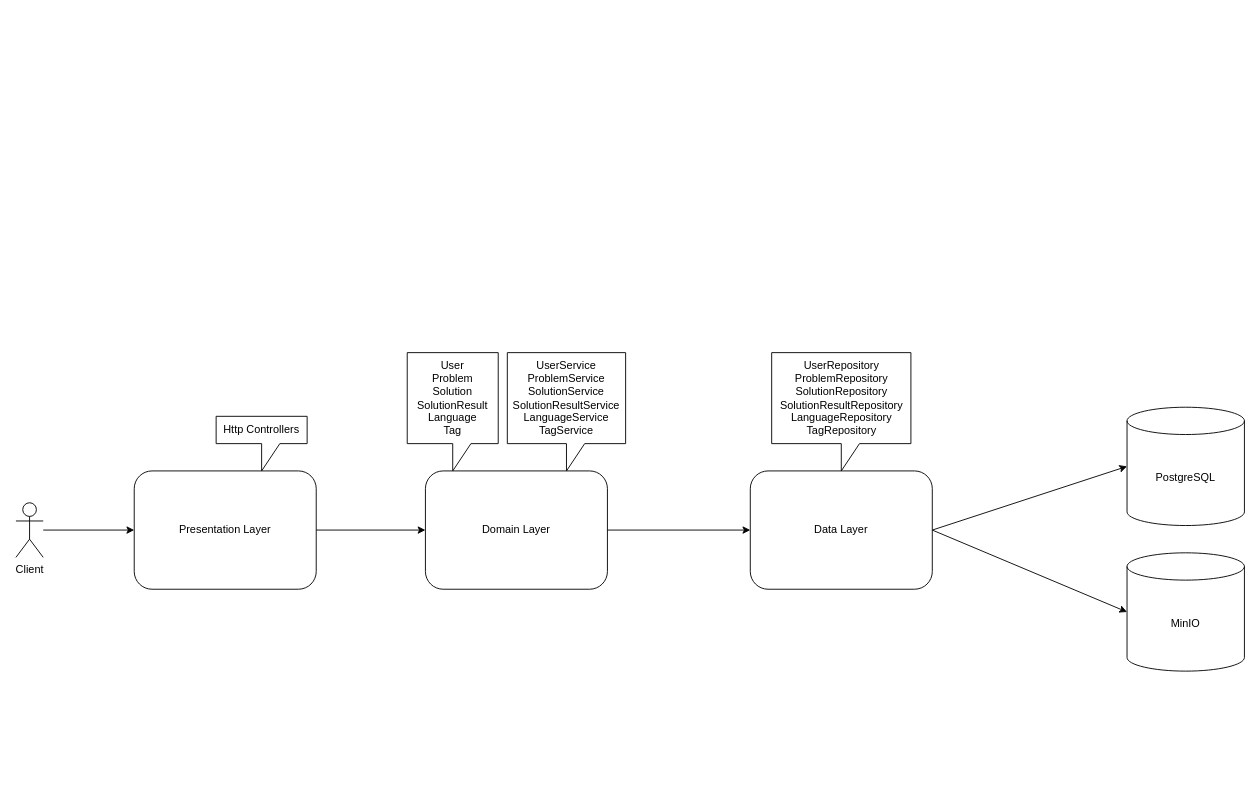
This is docs/system-design/app.drawio from kemper0110/supreme-code, a draw.io file, before an edit. Source tidied: cells renumbered, new cells numbered last; positions are measured from the earlier drawing's top-left corner, leaving out a move shared by most shapes. Both pictures are drawn from the tidied source at 91%, with x=0, y=0 at pixel (15, 352).
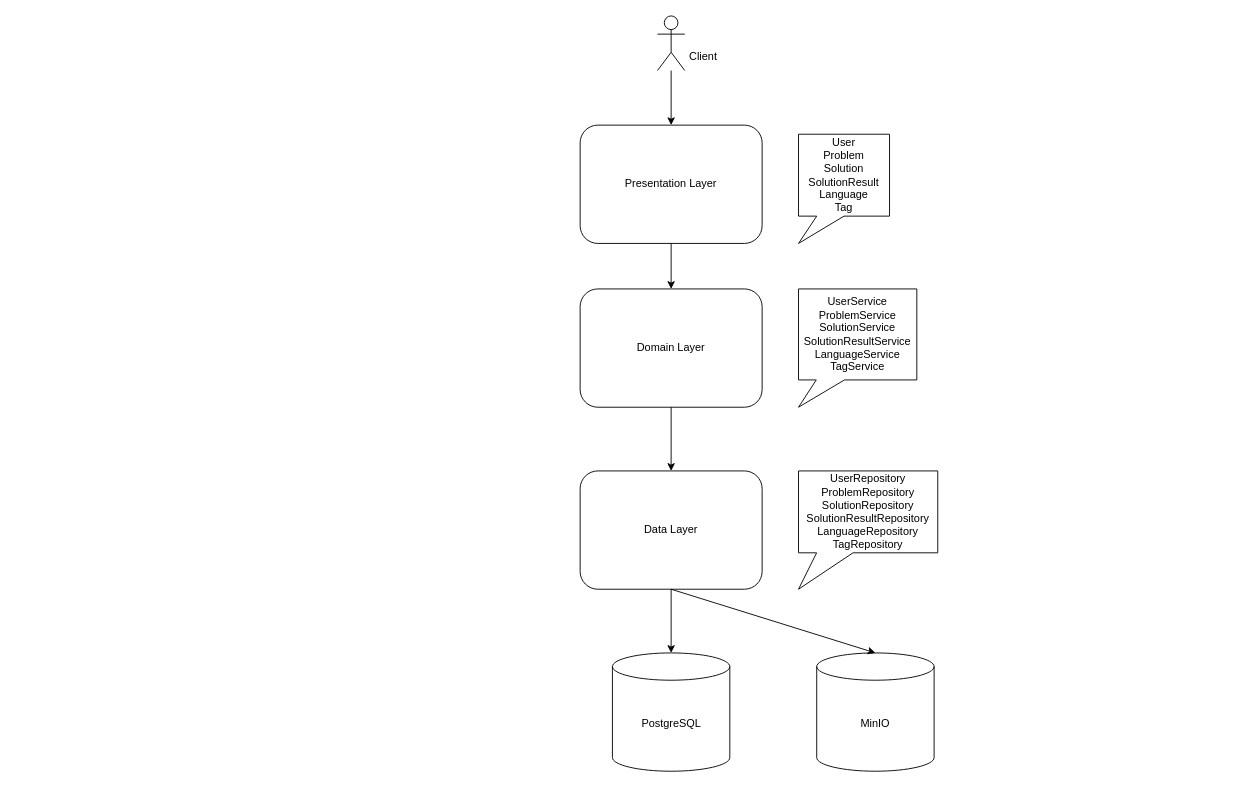
After the change.

Diff of the diagram source:
```diff
@@
 <mxGraphModel>
   <root>
     <mxCell id="0" />
     <mxCell id="1" parent="0" />
     <mxCell id="2" value="Presentation Layer" style="rounded=1;whiteSpace=wrap;html=1;" parent="1" vertex="1">
-      <mxGeometry x="130" y="130" width="200" height="130" as="geometry" />
+      <mxGeometry x="620" y="-250" width="200" height="130" as="geometry" />
     </mxCell>
-    <mxCell id="3" value="Http Controllers" style="shape=callout;whiteSpace=wrap;html=1;perimeter=calloutPerimeter;" parent="1" vertex="1">
-      <mxGeometry x="220" y="70" width="100" height="60" as="geometry" />
-    </mxCell>
-    <mxCell id="4" style="endArrow=classic;html=1;rounded=0;entryX=0;entryY=0.5;entryDx=0;entryDy=0;" parent="1" edge="1" target="2">
-      <mxGeometry relative="1" as="geometry">
-        <mxPoint x="30" y="195" as="sourcePoint" />
-      </mxGeometry>
+    <mxCell id="4" style="endArrow=classic;html=1;rounded=0;entryX=0.5;entryY=0;entryDx=0;entryDy=0;" parent="1" edge="1" source="10" target="2">
+      <mxGeometry relative="1" as="geometry" />
     </mxCell>
-    <mxCell id="5" style="endArrow=classic;html=1;rounded=0;exitX=1;exitY=0.5;exitDx=0;exitDy=0;entryX=0;entryY=0.5;entryDx=0;entryDy=0;" parent="1" edge="1" source="2" target="6">
+    <mxCell id="5" style="endArrow=classic;html=1;rounded=0;exitX=0.5;exitY=1;exitDx=0;exitDy=0;entryX=0.5;entryY=0;entryDx=0;entryDy=0;" parent="1" edge="1" source="2" target="6">
       <mxGeometry relative="1" as="geometry" />
     </mxCell>
     <mxCell id="6" value="Domain Layer" style="rounded=1;whiteSpace=wrap;html=1;" parent="1" vertex="1">
-      <mxGeometry x="450" y="130" width="200" height="130" as="geometry" />
+      <mxGeometry x="620" y="-70" width="200" height="130" as="geometry" />
     </mxCell>
-    <mxCell id="7" value="User&lt;br&gt;Problem&lt;br&gt;Solution&lt;br&gt;SolutionResult&lt;br&gt;Language&lt;br&gt;Tag" style="shape=callout;whiteSpace=wrap;html=1;perimeter=calloutPerimeter;" parent="1" vertex="1">
-      <mxGeometry x="430" width="100" height="130" as="geometry" />
+    <mxCell id="7" value="User&lt;br&gt;Problem&lt;br&gt;Solution&lt;br&gt;SolutionResult&lt;br&gt;Language&lt;br&gt;Tag" style="shape=callout;whiteSpace=wrap;html=1;perimeter=calloutPerimeter;position2=0;size=30;position=0.2;base=30;" parent="1" vertex="1">
+      <mxGeometry x="860" y="-240" width="100" height="120" as="geometry" />
     </mxCell>
-    <mxCell id="8" value="UserService&lt;br&gt;ProblemService&lt;br&gt;SolutionService&lt;br&gt;SolutionResultService&lt;br&gt;LanguageService&lt;br&gt;TagService" style="shape=callout;whiteSpace=wrap;html=1;perimeter=calloutPerimeter;" parent="1" vertex="1">
-      <mxGeometry x="540" width="130" height="130" as="geometry" />
+    <mxCell id="8" value="UserService&lt;br&gt;ProblemService&lt;br&gt;SolutionService&lt;br&gt;SolutionResultService&lt;br&gt;LanguageService&lt;br&gt;TagService" style="shape=callout;whiteSpace=wrap;html=1;perimeter=calloutPerimeter;position2=0;size=30;position=0.15;base=31;" parent="1" vertex="1">
+      <mxGeometry x="860" y="-70" width="130" height="130" as="geometry" />
     </mxCell>
-    <mxCell id="9" style="endArrow=classic;html=1;rounded=0;exitX=1;exitY=0.5;exitDx=0;exitDy=0;entryX=0;entryY=0.5;entryDx=0;entryDy=0;" parent="1" edge="1" source="6" target="11">
+    <mxCell id="9" style="endArrow=classic;html=1;rounded=0;exitX=0.5;exitY=1;exitDx=0;exitDy=0;" parent="1" edge="1" source="6" target="11">
       <mxGeometry relative="1" as="geometry" />
     </mxCell>
-    <mxCell id="10" value="Client" style="shape=umlActor;verticalLabelPosition=bottom;verticalAlign=top;html=1;outlineConnect=0;" parent="1" vertex="1">
-      <mxGeometry y="165" width="30" height="60" as="geometry" />
+    <mxCell id="10" style="shape=umlActor;verticalLabelPosition=bottom;verticalAlign=top;html=1;outlineConnect=0;" parent="1" vertex="1">
+      <mxGeometry x="705" y="-370" width="30" height="60" as="geometry" />
     </mxCell>
     <mxCell id="11" value="Data Layer" style="rounded=1;whiteSpace=wrap;html=1;" parent="1" vertex="1">
-      <mxGeometry x="807" y="130" width="200" height="130" as="geometry" />
+      <mxGeometry x="620" y="130" width="200" height="130" as="geometry" />
     </mxCell>
-    <mxCell id="12" value="UserRepository&lt;br&gt;ProblemRepository&lt;br&gt;SolutionRepository&lt;br&gt;SolutionResultRepository&lt;br&gt;LanguageRepository&lt;br&gt;TagRepository" style="shape=callout;whiteSpace=wrap;html=1;perimeter=calloutPerimeter;" parent="1" vertex="1">
-      <mxGeometry x="830.5" width="153" height="130" as="geometry" />
+    <mxCell id="12" value="UserRepository&lt;br&gt;ProblemRepository&lt;br&gt;SolutionRepository&lt;br&gt;SolutionResultRepository&lt;br&gt;LanguageRepository&lt;br&gt;TagRepository" style="shape=callout;whiteSpace=wrap;html=1;perimeter=calloutPerimeter;size=40;position=0.13;position2=0;base=40;" parent="1" vertex="1">
+      <mxGeometry x="860" y="130" width="153" height="130" as="geometry" />
     </mxCell>
     <mxCell id="13" value="PostgreSQL" style="shape=cylinder3;whiteSpace=wrap;html=1;boundedLbl=1;backgroundOutline=1;size=15;" parent="1" vertex="1">
-      <mxGeometry x="1221" y="60" width="129" height="130" as="geometry" />
+      <mxGeometry x="655.5" y="330" width="129" height="130" as="geometry" />
     </mxCell>
     <mxCell id="14" value="MinIO" style="shape=cylinder3;whiteSpace=wrap;html=1;boundedLbl=1;backgroundOutline=1;size=15;" parent="1" vertex="1">
-      <mxGeometry x="1221" y="220" width="129" height="130" as="geometry" />
+      <mxGeometry x="880" y="330" width="129" height="130" as="geometry" />
     </mxCell>
-    <mxCell id="15" style="endArrow=classic;html=1;rounded=0;exitX=1;exitY=0.5;exitDx=0;exitDy=0;entryX=0;entryY=0.5;entryDx=0;entryDy=0;entryPerimeter=0;" parent="1" edge="1" source="11" target="13">
+    <mxCell id="15" style="endArrow=classic;html=1;rounded=0;exitX=0.5;exitY=1;exitDx=0;exitDy=0;entryX=0.5;entryY=0;entryDx=0;entryDy=0;entryPerimeter=0;" parent="1" edge="1" source="11" target="13">
       <mxGeometry relative="1" as="geometry" />
     </mxCell>
-    <mxCell id="16" style="endArrow=classic;html=1;rounded=0;exitX=1;exitY=0.5;exitDx=0;exitDy=0;entryX=0;entryY=0.5;entryDx=0;entryDy=0;entryPerimeter=0;" parent="1" edge="1" source="11" target="14">
+    <mxCell id="16" style="endArrow=classic;html=1;rounded=0;exitX=0.5;exitY=1;exitDx=0;exitDy=0;entryX=0.5;entryY=0;entryDx=0;entryDy=0;entryPerimeter=0;" parent="1" edge="1" source="11" target="14">
       <mxGeometry relative="1" as="geometry" />
     </mxCell>
+    <mxCell id="17" value="Client" style="text;html=1;align=center;verticalAlign=middle;strokeColor=none;fillColor=none;" parent="1" vertex="1">
+      <mxGeometry x="730" y="-340" width="50" height="30" as="geometry" />
+    </mxCell>
   </root>
 </mxGraphModel>
```
